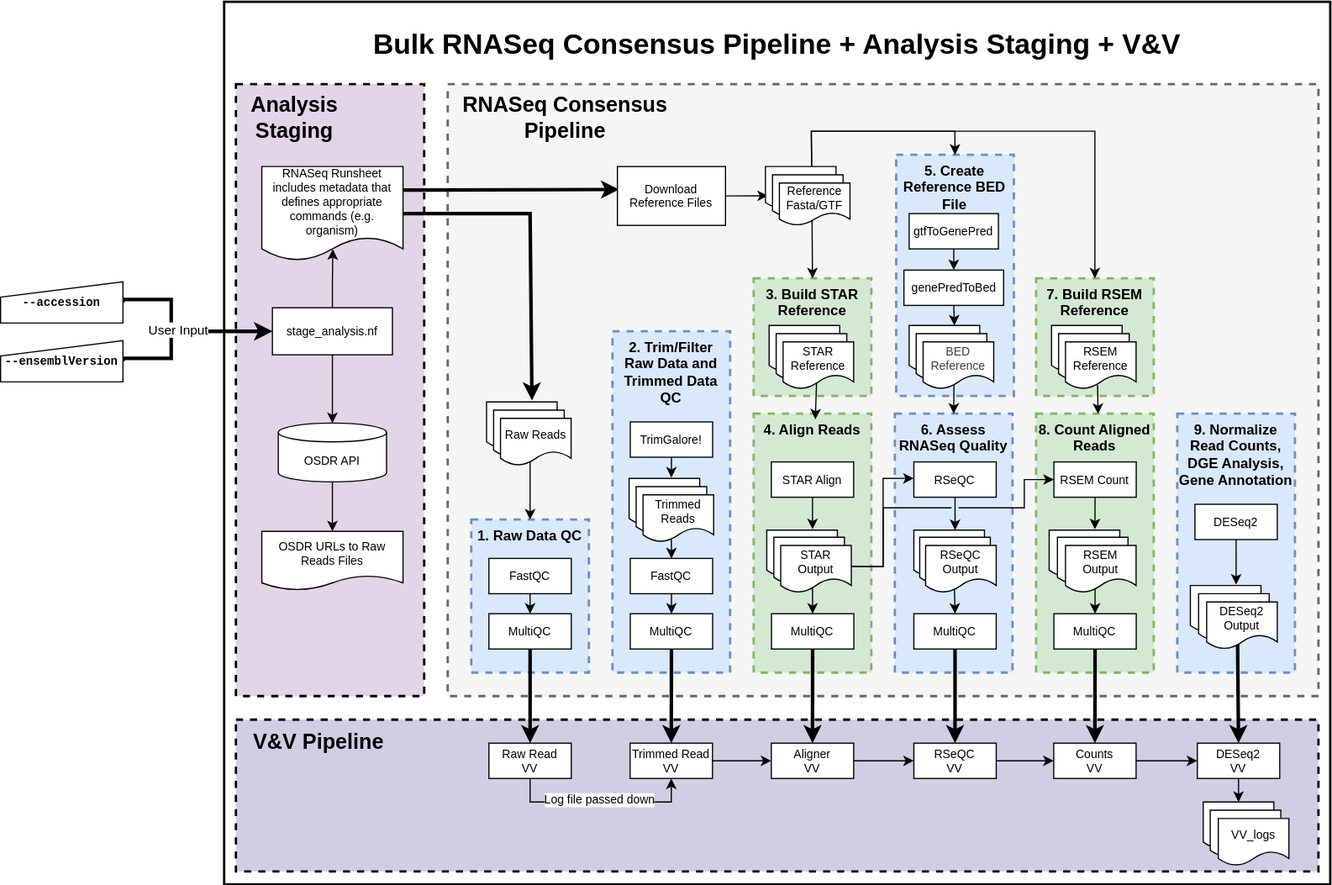
Earlier version of the draw.io export RNAseq/images/NF_RCP_euk_wf_diagram.svg (torres-alexis/GeneLab_Data_Processing). Source tidied: cells renumbered, new cells last; positions are measured from the earlier drawing's top-left corner, leaving out a move shared by most shapes.
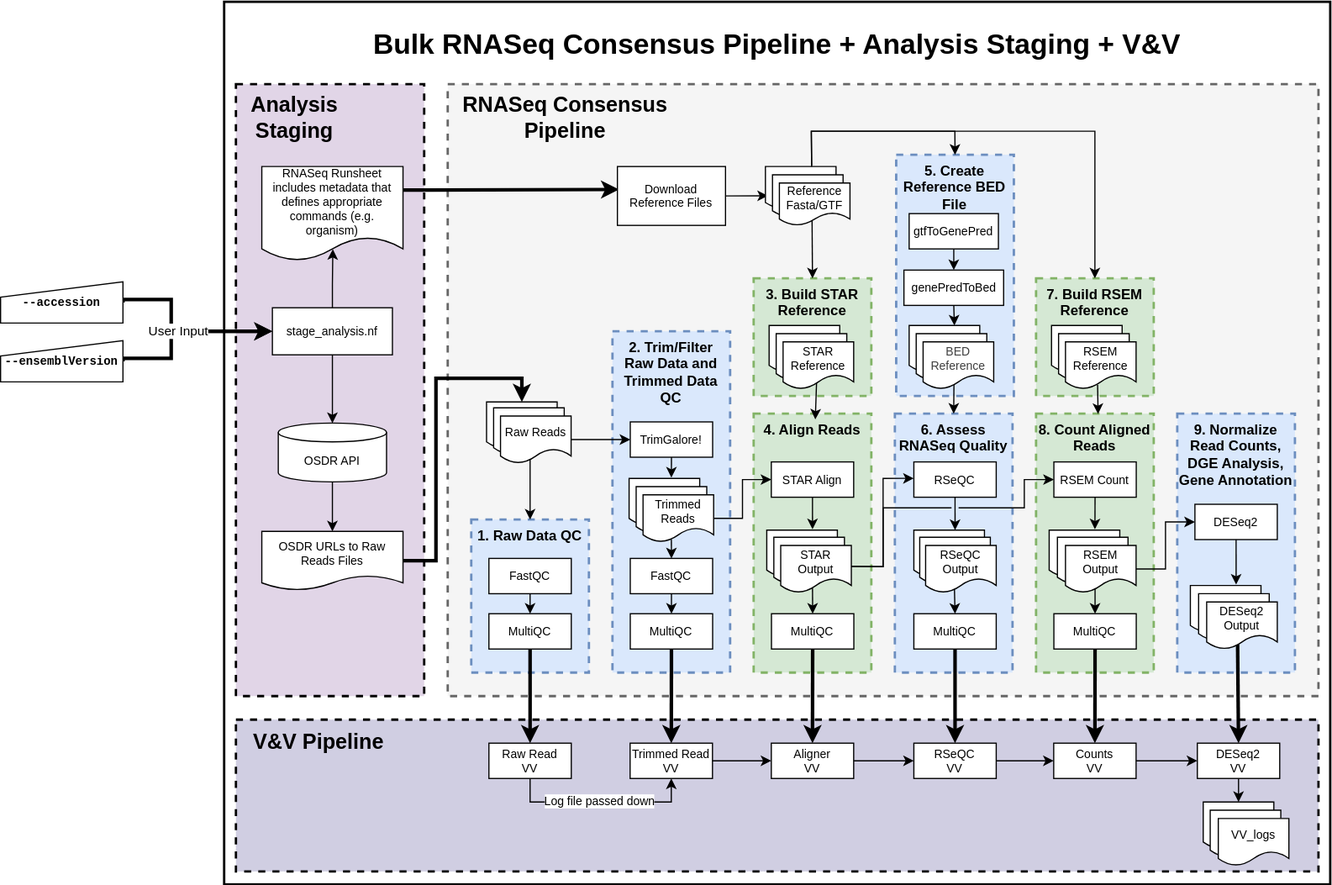
After the commit.

The edit, as a diff of the source:
```diff
@@ -35,6 +35,15 @@
     <mxCell id="12" value="OSDR API" style="shape=cylinder3;whiteSpace=wrap;html=1;boundedLbl=1;backgroundOutline=1;size=8;fontSize=10;" parent="1" vertex="1">
       <mxGeometry x="236" y="358" width="92" height="50" as="geometry" />
     </mxCell>
+    <mxCell id="123" style="edgeStyle=orthogonalEdgeStyle;rounded=0;jettySize=auto;html=1;exitX=1;exitY=0.5;exitDx=0;exitDy=0;entryX=0.5;entryY=0;entryDx=0;entryDy=0;strokeWidth=3;" parent="1" edge="1" source="13" target="101">
+      <mxGeometry relative="1" as="geometry">
+        <Array as="points">
+          <mxPoint x="370" y="475" />
+          <mxPoint x="370" y="320" />
+          <mxPoint x="443" y="320" />
+        </Array>
+      </mxGeometry>
+    </mxCell>
     <mxCell id="13" value="OSDR URLs to Raw Reads Files" style="shape=document;whiteSpace=wrap;html=1;boundedLbl=1;size=0.25;fontSize=10;" parent="1" vertex="1">
       <mxGeometry x="222" y="450" width="120" height="50" as="geometry" />
     </mxCell>
@@ -334,13 +343,6 @@
     <mxCell id="97" style="edgeStyle=none;html=1;exitX=0.401;exitY=0.947;exitDx=0;exitDy=0;entryX=0.5;entryY=0;entryDx=0;entryDy=0;exitPerimeter=0;" parent="1" edge="1" source="112" target="27">
       <mxGeometry relative="1" as="geometry" />
     </mxCell>
-    <mxCell id="98" style="endArrow=classic;html=1;exitX=1;exitY=0.5;exitDx=0;exitDy=0;entryX=0.643;entryY=-0.03;entryDx=0;entryDy=0;entryPerimeter=0;rounded=0;curved=0;strokeWidth=3;" parent="1" edge="1" source="10" target="101">
-      <mxGeometry relative="1" as="geometry">
-        <Array as="points">
-          <mxPoint x="450" y="180" />
-        </Array>
-      </mxGeometry>
-    </mxCell>
     <mxCell id="99" style="shape=document;whiteSpace=wrap;html=1;boundedLbl=1;fontSize=10;" parent="1" vertex="1">
       <mxGeometry x="776.1" y="449" width="60" height="40" as="geometry" />
     </mxCell>
@@ -366,10 +368,13 @@
       <mxGeometry x="651.1" y="449" width="60" height="40" as="geometry" />
     </mxCell>
     <mxCell id="107" style="shape=document;whiteSpace=wrap;html=1;boundedLbl=1;" parent="1" vertex="1">
-      <mxGeometry x="419" y="347" width="60" height="40" as="geometry" />
+      <mxGeometry x="419" y="345" width="60" height="40" as="geometry" />
     </mxCell>
+    <mxCell id="124" style="edgeStyle=orthogonalEdgeStyle;rounded=0;jettySize=auto;html=1;exitX=1;exitY=0.5;exitDx=0;exitDy=0;" parent="1" edge="1" source="108" target="30">
+      <mxGeometry relative="1" as="geometry" />
+    </mxCell>
     <mxCell id="108" value="Raw Reads" style="shape=document;whiteSpace=wrap;html=1;boundedLbl=1;fontSize=10;" parent="1" vertex="1">
-      <mxGeometry x="424.9" y="354" width="60" height="40" as="geometry" />
+      <mxGeometry x="424.9" y="352" width="60" height="40" as="geometry" />
     </mxCell>
     <mxCell id="109" style="shape=document;whiteSpace=wrap;html=1;boundedLbl=1;" parent="1" vertex="1">
       <mxGeometry x="659.1" y="282" width="60" height="40" as="geometry" />
@@ -380,6 +385,9 @@
     <mxCell id="111" style="shape=document;whiteSpace=wrap;html=1;boundedLbl=1;fontSize=10;" parent="1" vertex="1">
       <mxGeometry x="540.1" y="412" width="60" height="40" as="geometry" />
     </mxCell>
+    <mxCell id="125" style="edgeStyle=orthogonalEdgeStyle;rounded=0;jettySize=auto;html=1;exitX=1;exitY=0.5;exitDx=0;exitDy=0;entryX=0;entryY=0.5;entryDx=0;entryDy=0;" parent="1" edge="1" source="112" target="41">
+      <mxGeometry relative="1" as="geometry" />
+    </mxCell>
     <mxCell id="112" value="Trimmed Reads" style="shape=document;whiteSpace=wrap;html=1;boundedLbl=1;fontSize=10;" parent="1" vertex="1">
       <mxGeometry x="546" y="419" width="60" height="40" as="geometry" />
     </mxCell>
@@ -398,6 +406,9 @@
     <mxCell id="117" style="shape=document;whiteSpace=wrap;html=1;boundedLbl=1;" parent="1" vertex="1">
       <mxGeometry x="898.1" y="455" width="60" height="40" as="geometry" />
     </mxCell>
+    <mxCell id="126" style="edgeStyle=orthogonalEdgeStyle;rounded=0;jettySize=auto;html=1;exitX=1;exitY=0.5;exitDx=0;exitDy=0;entryX=0;entryY=0.5;entryDx=0;entryDy=0;" parent="1" edge="1" source="118" target="74">
+      <mxGeometry relative="1" as="geometry" />
+    </mxCell>
     <mxCell id="118" value="RSEM Output" style="shape=document;whiteSpace=wrap;html=1;boundedLbl=1;fontSize=10;" parent="1" vertex="1">
       <mxGeometry x="905" y="462" width="60" height="40" as="geometry" />
     </mxCell>
```
